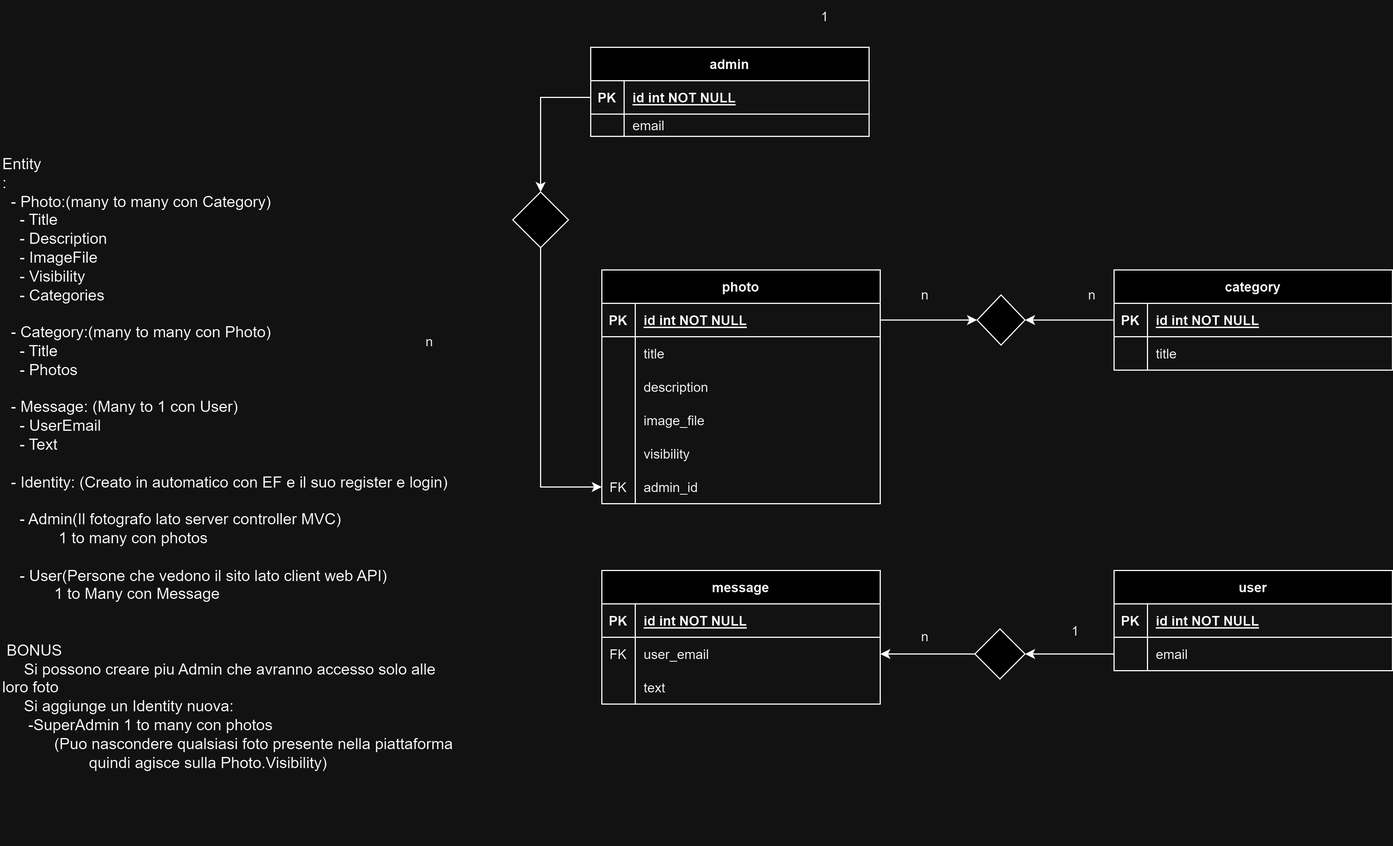
Above: diagramma_er.png in leonardoserra/net-il-mio-fotoalbum (draw.io), before the change. Source tidied: cells renumbered, new cells last; positions are measured from the earlier drawing's top-left corner, leaving out a move shared by most shapes.
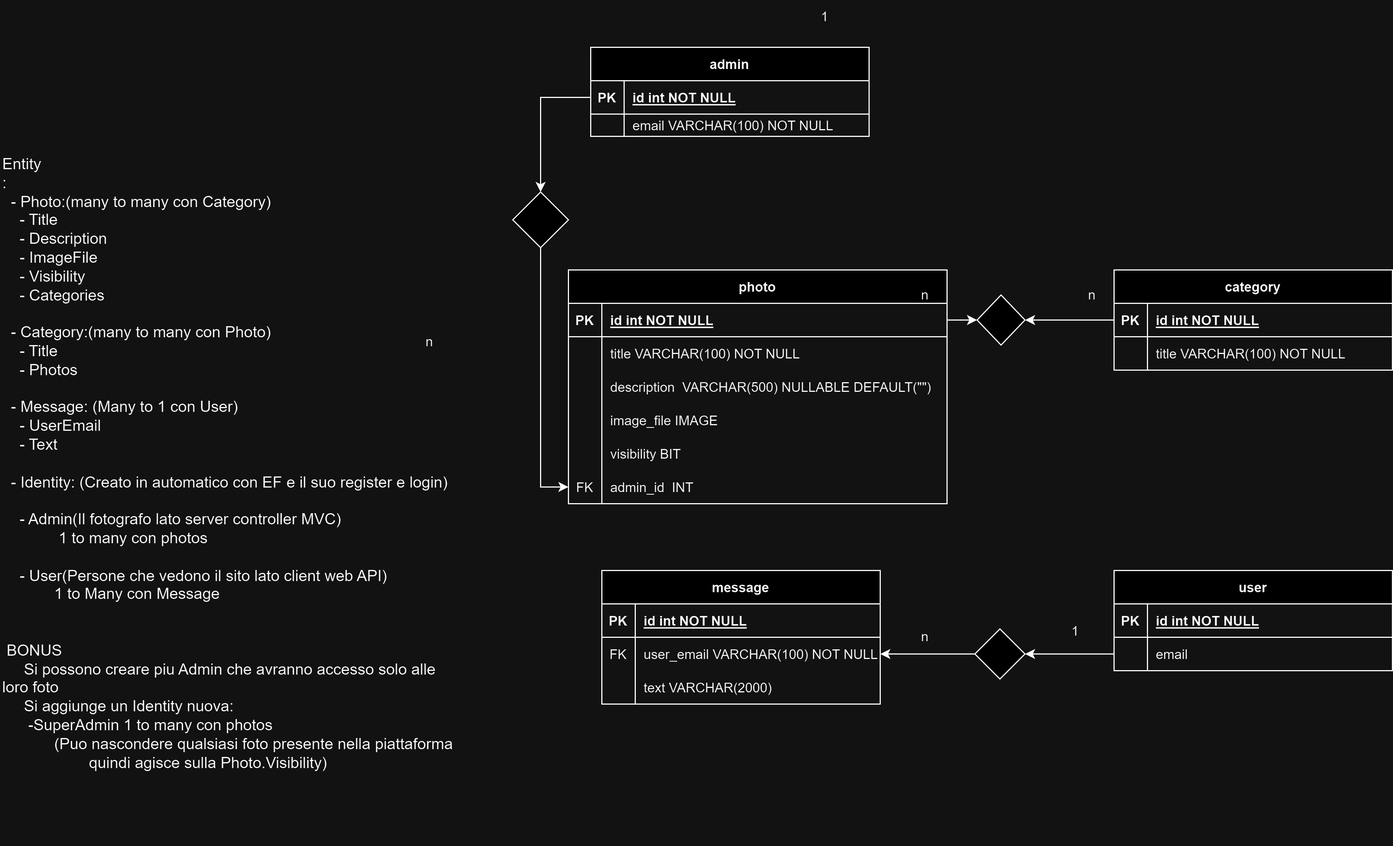
After the change.

Change to the diagram source:
```diff
@@ -3,61 +3,61 @@
     <mxCell id="0" />
     <mxCell id="1" parent="0" />
     <mxCell id="2" value="photo" style="shape=table;startSize=30;rowLines=0;fontStyle=1;align=center;" parent="1" vertex="1">
-      <mxGeometry x="540" y="242" width="250" height="210" as="geometry" />
+      <mxGeometry x="510" y="242" width="340" height="210" as="geometry" />
     </mxCell>
     <mxCell id="3" style="shape=partialRectangle;fillColor=none;points=[[0,0.5],[1,0.5]];portConstraint=eastwest;top=0;left=0;right=0;bottom=1;" parent="2" vertex="1">
-      <mxGeometry y="30" width="250" height="30" as="geometry" />
+      <mxGeometry y="30" width="340" height="30" as="geometry" />
     </mxCell>
     <mxCell id="4" value="PK" style="shape=partialRectangle;overflow=hidden;fillColor=none;top=0;left=0;bottom=0;right=0;fontStyle=1;" parent="3" vertex="1">
       <mxGeometry width="30" height="30" as="geometry" />
     </mxCell>
     <mxCell id="5" value="id int NOT NULL " style="shape=partialRectangle;overflow=hidden;fillColor=none;top=0;left=0;bottom=0;right=0;align=left;spacingLeft=6;fontStyle=5;" parent="3" vertex="1">
-      <mxGeometry x="30" width="220" height="30" as="geometry" />
+      <mxGeometry x="30" width="310" height="30" as="geometry" />
     </mxCell>
     <mxCell id="6" style="shape=partialRectangle;fillColor=none;top=0;left=0;right=0;bottom=0;" parent="2" vertex="1">
-      <mxGeometry y="60" width="250" height="30" as="geometry" />
+      <mxGeometry y="60" width="340" height="30" as="geometry" />
     </mxCell>
     <mxCell id="7" style="shape=partialRectangle;overflow=hidden;fillColor=none;top=0;left=0;bottom=0;right=0;" parent="6" vertex="1">
       <mxGeometry width="30" height="30" as="geometry" />
     </mxCell>
-    <mxCell id="8" value="title" style="shape=partialRectangle;overflow=hidden;fillColor=none;top=0;left=0;bottom=0;right=0;align=left;spacingLeft=6;" parent="6" vertex="1">
-      <mxGeometry x="30" width="220" height="30" as="geometry" />
+    <mxCell id="8" value="title VARCHAR(100) NOT NULL" style="shape=partialRectangle;overflow=hidden;fillColor=none;top=0;left=0;bottom=0;right=0;align=left;spacingLeft=6;" parent="6" vertex="1">
+      <mxGeometry x="30" width="310" height="30" as="geometry" />
     </mxCell>
     <mxCell id="9" style="shape=partialRectangle;fillColor=none;top=0;left=0;right=0;bottom=0;" parent="2" vertex="1">
-      <mxGeometry y="90" width="250" height="30" as="geometry" />
+      <mxGeometry y="90" width="340" height="30" as="geometry" />
     </mxCell>
     <mxCell id="10" style="shape=partialRectangle;overflow=hidden;fillColor=none;top=0;left=0;bottom=0;right=0;" parent="9" vertex="1">
       <mxGeometry width="30" height="30" as="geometry" />
     </mxCell>
-    <mxCell id="11" value="description " style="shape=partialRectangle;overflow=hidden;fillColor=none;top=0;left=0;bottom=0;right=0;align=left;spacingLeft=6;" parent="9" vertex="1">
-      <mxGeometry x="30" width="220" height="30" as="geometry" />
+    <mxCell id="11" value="description  VARCHAR(500) NULLABLE DEFAULT(&quot;&quot;)" style="shape=partialRectangle;overflow=hidden;fillColor=none;top=0;left=0;bottom=0;right=0;align=left;spacingLeft=6;" parent="9" vertex="1">
+      <mxGeometry x="30" width="310" height="30" as="geometry" />
     </mxCell>
     <mxCell id="12" style="shape=partialRectangle;fillColor=none;top=0;left=0;right=0;bottom=0;" parent="2" vertex="1">
-      <mxGeometry y="120" width="250" height="30" as="geometry" />
+      <mxGeometry y="120" width="340" height="30" as="geometry" />
     </mxCell>
     <mxCell id="13" style="shape=partialRectangle;overflow=hidden;fillColor=none;top=0;left=0;bottom=0;right=0;" parent="12" vertex="1">
       <mxGeometry width="30" height="30" as="geometry" />
     </mxCell>
-    <mxCell id="14" value="image_file" style="shape=partialRectangle;overflow=hidden;fillColor=none;top=0;left=0;bottom=0;right=0;align=left;spacingLeft=6;" parent="12" vertex="1">
-      <mxGeometry x="30" width="220" height="30" as="geometry" />
+    <mxCell id="14" value="image_file IMAGE" style="shape=partialRectangle;overflow=hidden;fillColor=none;top=0;left=0;bottom=0;right=0;align=left;spacingLeft=6;" parent="12" vertex="1">
+      <mxGeometry x="30" width="310" height="30" as="geometry" />
     </mxCell>
     <mxCell id="15" style="shape=partialRectangle;fillColor=none;top=0;left=0;right=0;bottom=0;" parent="2" vertex="1">
-      <mxGeometry y="150" width="250" height="30" as="geometry" />
+      <mxGeometry y="150" width="340" height="30" as="geometry" />
     </mxCell>
     <mxCell id="16" style="shape=partialRectangle;overflow=hidden;fillColor=none;top=0;left=0;bottom=0;right=0;" parent="15" vertex="1">
       <mxGeometry width="30" height="30" as="geometry" />
     </mxCell>
-    <mxCell id="17" value="visibility" style="shape=partialRectangle;overflow=hidden;fillColor=none;top=0;left=0;bottom=0;right=0;align=left;spacingLeft=6;" parent="15" vertex="1">
-      <mxGeometry x="30" width="220" height="30" as="geometry" />
+    <mxCell id="17" value="visibility BIT" style="shape=partialRectangle;overflow=hidden;fillColor=none;top=0;left=0;bottom=0;right=0;align=left;spacingLeft=6;" parent="15" vertex="1">
+      <mxGeometry x="30" width="310" height="30" as="geometry" />
     </mxCell>
     <mxCell id="18" style="shape=partialRectangle;fillColor=none;points=[[0,0.5],[1,0.5]];portConstraint=eastwest;top=0;left=0;right=0;bottom=0;" parent="2" vertex="1">
-      <mxGeometry y="180" width="250" height="30" as="geometry" />
+      <mxGeometry y="180" width="340" height="30" as="geometry" />
     </mxCell>
     <mxCell id="19" value="FK" style="shape=partialRectangle;overflow=hidden;fillColor=none;top=0;left=0;bottom=0;right=0;" parent="18" vertex="1">
       <mxGeometry width="30" height="30" as="geometry" />
     </mxCell>
-    <mxCell id="20" value="admin_id" style="shape=partialRectangle;overflow=hidden;fillColor=none;top=0;left=0;bottom=0;right=0;align=left;spacingLeft=6;" parent="18" vertex="1">
-      <mxGeometry x="30" width="220" height="30" as="geometry" />
+    <mxCell id="20" value="admin_id  INT" style="shape=partialRectangle;overflow=hidden;fillColor=none;top=0;left=0;bottom=0;right=0;align=left;spacingLeft=6;" parent="18" vertex="1">
+      <mxGeometry x="30" width="310" height="30" as="geometry" />
     </mxCell>
     <mxCell id="21" value="Entity&#10;: &#10;  - Photo:(many to many con Category)&#10;    - Title&#10;    - Description&#10;    - ImageFile&#10;    - Visibility&#10;    - Categories&#10;&#10;  - Category:(many to many con Photo)&#10;    - Title&#10;    - Photos&#10;  &#10;  - Message: (Many to 1 con User)&#10;    - UserEmail&#10;    - Text&#10;  &#10;  - Identity: (Creato in automatico con EF e il suo register e login)&#10;&#10;    - Admin(Il fotografo lato server controller MVC)&#10;             1 to many con photos&#10;&#10;    - User(Persone che vedono il sito lato client web API)&#10;            1 to Many con Message&#10;      &#10;&#10; BONUS&#10;     Si possono creare piu Admin che avranno accesso solo alle loro foto&#10;     Si aggiunge un Identity nuova: &#10;      -SuperAdmin 1 to many con photos&#10;            (Puo nascondere qualsiasi foto presente nella piattaforma&#10;                    quindi agisce sulla Photo.Visibility)&#10;&#10;&#10;&#10;" style="text;whiteSpace=wrap;fontSize=14;" parent="1" vertex="1">
       <mxGeometry y="132" width="410" height="580" as="geometry" />
@@ -80,7 +80,7 @@
     <mxCell id="27" style="shape=partialRectangle;overflow=hidden;fillColor=none;top=0;left=0;bottom=0;right=0;" parent="26" vertex="1">
       <mxGeometry width="30" height="30" as="geometry" />
     </mxCell>
-    <mxCell id="28" value="title" style="shape=partialRectangle;overflow=hidden;fillColor=none;top=0;left=0;bottom=0;right=0;align=left;spacingLeft=6;" parent="26" vertex="1">
+    <mxCell id="28" value="title VARCHAR(100) NOT NULL" style="shape=partialRectangle;overflow=hidden;fillColor=none;top=0;left=0;bottom=0;right=0;align=left;spacingLeft=6;" parent="26" vertex="1">
       <mxGeometry x="30" width="220" height="30" as="geometry" />
     </mxCell>
     <mxCell id="29" style="edgeStyle=orthogonalEdgeStyle;rounded=0;jettySize=auto;html=1;entryX=0;entryY=0.5;entryDx=0;entryDy=0;" parent="1" edge="1" source="3" target="31">
@@ -116,7 +116,7 @@
     <mxCell id="39" value="FK" style="shape=partialRectangle;overflow=hidden;fillColor=none;top=0;left=0;bottom=0;right=0;" parent="38" vertex="1">
       <mxGeometry width="30" height="30" as="geometry" />
     </mxCell>
-    <mxCell id="40" value="user_email" style="shape=partialRectangle;overflow=hidden;fillColor=none;top=0;left=0;bottom=0;right=0;align=left;spacingLeft=6;" parent="38" vertex="1">
+    <mxCell id="40" value="user_email VARCHAR(100) NOT NULL" style="shape=partialRectangle;overflow=hidden;fillColor=none;top=0;left=0;bottom=0;right=0;align=left;spacingLeft=6;" parent="38" vertex="1">
       <mxGeometry x="30" width="220" height="30" as="geometry" />
     </mxCell>
     <mxCell id="41" style="shape=partialRectangle;fillColor=none;top=0;left=0;right=0;bottom=0;" parent="34" vertex="1">
@@ -125,7 +125,7 @@
     <mxCell id="42" style="shape=partialRectangle;overflow=hidden;fillColor=none;top=0;left=0;bottom=0;right=0;" parent="41" vertex="1">
       <mxGeometry width="30" height="30" as="geometry" />
     </mxCell>
-    <mxCell id="43" value="text" style="shape=partialRectangle;overflow=hidden;fillColor=none;top=0;left=0;bottom=0;right=0;align=left;spacingLeft=6;" parent="41" vertex="1">
+    <mxCell id="43" value="text VARCHAR(2000)" style="shape=partialRectangle;overflow=hidden;fillColor=none;top=0;left=0;bottom=0;right=0;align=left;spacingLeft=6;" parent="41" vertex="1">
       <mxGeometry x="30" width="220" height="30" as="geometry" />
     </mxCell>
     <mxCell id="44" value="user" style="shape=table;startSize=30;rowLines=0;fontStyle=1;align=center;" parent="1" vertex="1">
@@ -182,7 +182,7 @@
     <mxCell id="61" style="shape=partialRectangle;overflow=hidden;fillColor=none;top=0;left=0;bottom=0;right=0;" parent="60" vertex="1">
       <mxGeometry width="30" height="20" as="geometry" />
     </mxCell>
-    <mxCell id="62" value="email" style="shape=partialRectangle;overflow=hidden;fillColor=none;top=0;left=0;bottom=0;right=0;align=left;spacingLeft=6;" parent="60" vertex="1">
+    <mxCell id="62" value="email VARCHAR(100) NOT NULL" style="shape=partialRectangle;overflow=hidden;fillColor=none;top=0;left=0;bottom=0;right=0;align=left;spacingLeft=6;" parent="60" vertex="1">
       <mxGeometry x="30" width="220" height="20" as="geometry" />
     </mxCell>
     <mxCell id="63" style="rhombus;whiteSpace=wrap;html=1;" parent="1" vertex="1">
```
